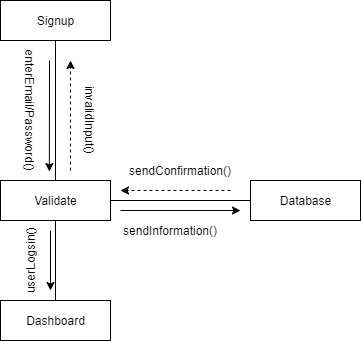
This is Diagrams/Collaboration Diagrams/COL_26_Create Account.png from kkasharaj17/SE-project, a draw.io export, as it was before one commit. Source tidied: cells renumbered, new cells last; positions are measured from the earlier drawing's top-left corner, leaving out a move shared by most shapes. The source it was exported from:
```xml
<mxGraphModel>
  <root>
    <mxCell id="0" />
    <mxCell id="1" parent="0" />
    <mxCell id="2" value="Validate" style="html=1;" parent="1" vertex="1">
      <mxGeometry y="180" width="110" height="40" as="geometry" />
    </mxCell>
    <mxCell id="3" value="Signup" style="html=1;" parent="1" vertex="1">
      <mxGeometry width="110" height="40" as="geometry" />
    </mxCell>
    <mxCell id="4" value="Dashboard" style="html=1;" parent="1" vertex="1">
      <mxGeometry y="300" width="110" height="40" as="geometry" />
    </mxCell>
    <mxCell id="5" value="Database" style="html=1;" parent="1" vertex="1">
      <mxGeometry x="250" y="180" width="110" height="40" as="geometry" />
    </mxCell>
    <mxCell id="6" style="endArrow=none;html=1;entryX=0.5;entryY=1;entryDx=0;entryDy=0;exitX=0.5;exitY=0;exitDx=0;exitDy=0;" parent="1" edge="1" source="2" target="3">
      <mxGeometry relative="1" as="geometry" />
    </mxCell>
    <mxCell id="7" style="endArrow=none;html=1;exitX=0.5;exitY=0;exitDx=0;exitDy=0;" parent="1" edge="1" source="4" target="2">
      <mxGeometry relative="1" as="geometry" />
    </mxCell>
    <mxCell id="8" style="endArrow=none;html=1;entryX=0;entryY=0.5;entryDx=0;entryDy=0;exitX=1;exitY=0.5;exitDx=0;exitDy=0;" parent="1" edge="1" source="2" target="5">
      <mxGeometry relative="1" as="geometry" />
    </mxCell>
    <mxCell id="9" style="endArrow=classic;html=1;entryX=0.444;entryY=-0.225;entryDx=0;entryDy=0;entryPerimeter=0;" parent="1" edge="1" target="2">
      <mxGeometry relative="1" as="geometry">
        <mxPoint x="49" y="60" as="sourcePoint" />
      </mxGeometry>
    </mxCell>
    <mxCell id="10" value="enterEmail/Password()" style="text;html=1;strokeColor=none;fillColor=none;align=center;verticalAlign=middle;whiteSpace=wrap;rounded=0;rotation=90;" parent="1" vertex="1">
      <mxGeometry x="10" y="100" width="40" height="20" as="geometry" />
    </mxCell>
    <mxCell id="11" style="endArrow=classic;html=1;dashed=1;" parent="1" edge="1">
      <mxGeometry relative="1" as="geometry">
        <mxPoint x="70" y="170" as="sourcePoint" />
        <mxPoint x="70" y="60" as="targetPoint" />
      </mxGeometry>
    </mxCell>
    <mxCell id="12" style="endArrow=classic;html=1;" parent="1" edge="1">
      <mxGeometry relative="1" as="geometry">
        <mxPoint x="120" y="210" as="sourcePoint" />
        <mxPoint x="240" y="210" as="targetPoint" />
      </mxGeometry>
    </mxCell>
    <mxCell id="13" style="endArrow=classic;html=1;dashed=1;" parent="1" edge="1">
      <mxGeometry relative="1" as="geometry">
        <mxPoint x="230" y="190" as="sourcePoint" />
        <mxPoint x="120" y="190" as="targetPoint" />
      </mxGeometry>
    </mxCell>
    <mxCell id="14" style="endArrow=classic;html=1;" parent="1" edge="1">
      <mxGeometry relative="1" as="geometry">
        <mxPoint x="50" y="230" as="sourcePoint" />
        <mxPoint x="50" y="290" as="targetPoint" />
      </mxGeometry>
    </mxCell>
    <mxCell id="15" value="invalidInput()" style="text;html=1;strokeColor=none;fillColor=none;align=center;verticalAlign=middle;whiteSpace=wrap;rounded=0;rotation=90;" parent="1" vertex="1">
      <mxGeometry x="70" y="110" width="40" height="20" as="geometry" />
    </mxCell>
    <mxCell id="16" value="sendInformation()" style="text;html=1;strokeColor=none;fillColor=none;align=center;verticalAlign=middle;whiteSpace=wrap;rounded=0;" parent="1" vertex="1">
      <mxGeometry x="150" y="220" width="40" height="20" as="geometry" />
    </mxCell>
    <mxCell id="17" value="sendConfirmation()" style="text;html=1;strokeColor=none;fillColor=none;align=center;verticalAlign=middle;whiteSpace=wrap;rounded=0;" parent="1" vertex="1">
      <mxGeometry x="160" y="160" width="40" height="20" as="geometry" />
    </mxCell>
    <mxCell id="18" value="userLogsin()" style="text;html=1;strokeColor=none;fillColor=none;align=center;verticalAlign=middle;whiteSpace=wrap;rounded=0;rotation=-90;" parent="1" vertex="1">
      <mxGeometry x="10" y="250" width="40" height="20" as="geometry" />
    </mxCell>
  </root>
</mxGraphModel>
```
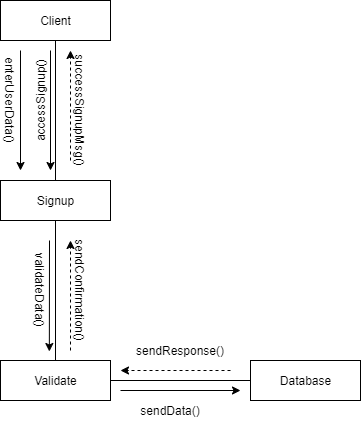
The same diagram one commit later.

What changed in the source:
```diff
@@ -8,8 +8,8 @@
     <mxCell id="3" value="Signup" style="html=1;" parent="1" vertex="1">
       <mxGeometry width="110" height="40" as="geometry" />
     </mxCell>
-    <mxCell id="4" value="Dashboard" style="html=1;" parent="1" vertex="1">
-      <mxGeometry y="300" width="110" height="40" as="geometry" />
+    <mxCell id="4" value="Client" style="html=1;" parent="1" vertex="1">
+      <mxGeometry y="-180" width="110" height="40" as="geometry" />
     </mxCell>
     <mxCell id="5" value="Database" style="html=1;" parent="1" vertex="1">
       <mxGeometry x="250" y="180" width="110" height="40" as="geometry" />
@@ -17,7 +17,7 @@
     <mxCell id="6" style="endArrow=none;html=1;entryX=0.5;entryY=1;entryDx=0;entryDy=0;exitX=0.5;exitY=0;exitDx=0;exitDy=0;" parent="1" edge="1" source="2" target="3">
       <mxGeometry relative="1" as="geometry" />
     </mxCell>
-    <mxCell id="7" style="endArrow=none;html=1;exitX=0.5;exitY=0;exitDx=0;exitDy=0;" parent="1" edge="1" source="4" target="2">
+    <mxCell id="7" style="endArrow=none;html=1;entryX=0.5;entryY=0;entryDx=0;entryDy=0;exitX=0.5;exitY=1;exitDx=0;exitDy=0;" parent="1" edge="1" source="4" target="3">
       <mxGeometry relative="1" as="geometry" />
     </mxCell>
     <mxCell id="8" style="endArrow=none;html=1;entryX=0;entryY=0.5;entryDx=0;entryDy=0;exitX=1;exitY=0.5;exitDx=0;exitDy=0;" parent="1" edge="1" source="2" target="5">
@@ -28,8 +28,8 @@
         <mxPoint x="49" y="60" as="sourcePoint" />
       </mxGeometry>
     </mxCell>
-    <mxCell id="10" value="enterEmail/Password()" style="text;html=1;strokeColor=none;fillColor=none;align=center;verticalAlign=middle;whiteSpace=wrap;rounded=0;rotation=90;" parent="1" vertex="1">
-      <mxGeometry x="10" y="100" width="40" height="20" as="geometry" />
+    <mxCell id="10" value="validateData()" style="text;html=1;strokeColor=none;fillColor=none;align=center;verticalAlign=middle;whiteSpace=wrap;rounded=0;rotation=90;" parent="1" vertex="1">
+      <mxGeometry x="20" y="100" width="40" height="20" as="geometry" />
     </mxCell>
     <mxCell id="11" style="endArrow=classic;html=1;dashed=1;" parent="1" edge="1">
       <mxGeometry relative="1" as="geometry">
@@ -51,21 +51,39 @@
     </mxCell>
     <mxCell id="14" style="endArrow=classic;html=1;" parent="1" edge="1">
       <mxGeometry relative="1" as="geometry">
-        <mxPoint x="50" y="230" as="sourcePoint" />
-        <mxPoint x="50" y="290" as="targetPoint" />
+        <mxPoint x="50" y="-130" as="sourcePoint" />
+        <mxPoint x="50" y="-10" as="targetPoint" />
       </mxGeometry>
     </mxCell>
-    <mxCell id="15" value="invalidInput()" style="text;html=1;strokeColor=none;fillColor=none;align=center;verticalAlign=middle;whiteSpace=wrap;rounded=0;rotation=90;" parent="1" vertex="1">
-      <mxGeometry x="70" y="110" width="40" height="20" as="geometry" />
-    </mxCell>
-    <mxCell id="16" value="sendInformation()" style="text;html=1;strokeColor=none;fillColor=none;align=center;verticalAlign=middle;whiteSpace=wrap;rounded=0;" parent="1" vertex="1">
+    <mxCell id="16" value="sendData()" style="text;html=1;strokeColor=none;fillColor=none;align=center;verticalAlign=middle;whiteSpace=wrap;rounded=0;" parent="1" vertex="1">
       <mxGeometry x="150" y="220" width="40" height="20" as="geometry" />
     </mxCell>
-    <mxCell id="17" value="sendConfirmation()" style="text;html=1;strokeColor=none;fillColor=none;align=center;verticalAlign=middle;whiteSpace=wrap;rounded=0;" parent="1" vertex="1">
+    <mxCell id="17" value="sendResponse()" style="text;html=1;strokeColor=none;fillColor=none;align=center;verticalAlign=middle;whiteSpace=wrap;rounded=0;" parent="1" vertex="1">
       <mxGeometry x="160" y="160" width="40" height="20" as="geometry" />
     </mxCell>
-    <mxCell id="18" value="userLogsin()" style="text;html=1;strokeColor=none;fillColor=none;align=center;verticalAlign=middle;whiteSpace=wrap;rounded=0;rotation=-90;" parent="1" vertex="1">
-      <mxGeometry x="10" y="250" width="40" height="20" as="geometry" />
+    <mxCell id="18" value="accessSignup()" style="text;html=1;strokeColor=none;fillColor=none;align=center;verticalAlign=middle;whiteSpace=wrap;rounded=0;rotation=-90;" parent="1" vertex="1">
+      <mxGeometry x="20" y="-90" width="40" height="20" as="geometry" />
     </mxCell>
+    <mxCell id="19" style="endArrow=classic;html=1;" parent="1" edge="1">
+      <mxGeometry relative="1" as="geometry">
+        <mxPoint x="20" y="-130" as="sourcePoint" />
+        <mxPoint x="20" y="-10" as="targetPoint" />
+      </mxGeometry>
+    </mxCell>
+    <mxCell id="20" value="enterUserData()" style="text;html=1;strokeColor=none;fillColor=none;align=center;verticalAlign=middle;whiteSpace=wrap;rounded=0;rotation=90;" parent="1" vertex="1">
+      <mxGeometry x="-10" y="-90" width="40" height="20" as="geometry" />
+    </mxCell>
+    <mxCell id="21" style="endArrow=classic;html=1;dashed=1;" parent="1" edge="1">
+      <mxGeometry relative="1" as="geometry">
+        <mxPoint x="70" y="-20" as="sourcePoint" />
+        <mxPoint x="70" y="-130" as="targetPoint" />
+      </mxGeometry>
+    </mxCell>
+    <mxCell id="22" value="successSignupMsg()" style="text;html=1;strokeColor=none;fillColor=none;align=center;verticalAlign=middle;whiteSpace=wrap;rounded=0;rotation=90;" parent="1" vertex="1">
+      <mxGeometry x="60" y="-80" width="40" height="20" as="geometry" />
+    </mxCell>
+    <mxCell id="23" value="sendConfirmation()" style="text;html=1;strokeColor=none;fillColor=none;align=center;verticalAlign=middle;whiteSpace=wrap;rounded=0;rotation=90;" parent="1" vertex="1">
+      <mxGeometry x="60" y="100" width="40" height="20" as="geometry" />
+    </mxCell>
   </root>
 </mxGraphModel>
```
